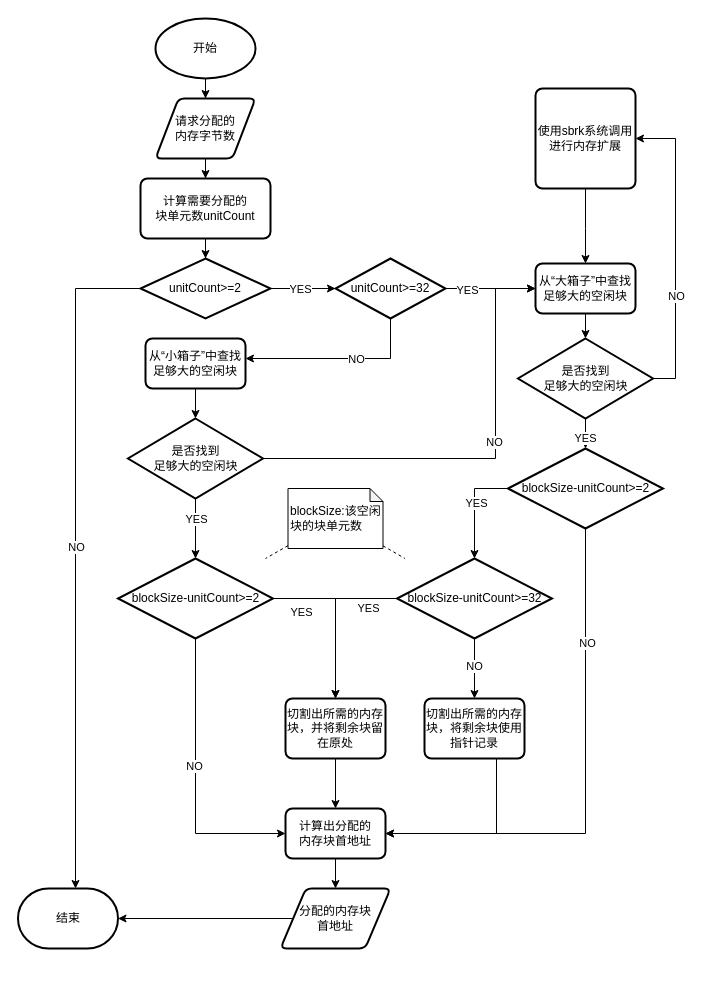
Earlier version of the draw.io diagram page "第 1 页" (1 of 3) of myumalloc_FD.drawio (yayaer123/drawio_demo). Source tidied: cells renumbered, new cells numbered last; positions are measured from the earlier drawing's top-left corner, leaving out a move shared by most shapes. Both pictures are drawn from the tidied source at 100%, with x=0, y=0 at pixel (17, 18).
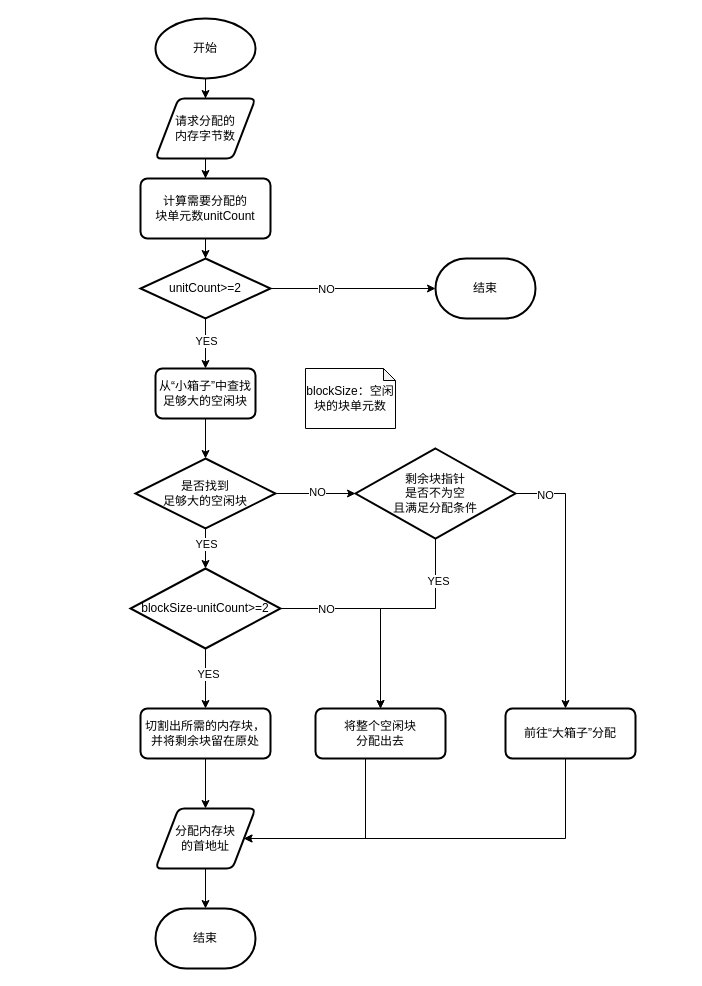
Above is the later version.

The change refers to these unchanged cells:
```xml
<mxCell id="6" value="unitCount&amp;gt;=2" style="strokeWidth=2;html=1;shape=mxgraph.flowchart.decision;whiteSpace=wrap;" parent="1" vertex="1">
  <mxGeometry x="123" y="240" width="130" height="60" as="geometry" />
</mxCell>
```

What changed in the source:
```diff
@@
-    <mxCell id="2" style="edgeStyle=orthogonalEdgeStyle;rounded=0;jettySize=auto;html=1;" parent="1" edge="1" source="6" target="19">
-      <mxGeometry relative="1" as="geometry" />
-    </mxCell>
-    <mxCell id="3" value="YES" style="edgeLabel;html=1;align=center;verticalAlign=middle;" parent="2" vertex="1">
-      <mxGeometry x="-0.12" relative="1" as="geometry" />
-    </mxCell>
-    <mxCell id="4" style="edgeStyle=orthogonalEdgeStyle;rounded=0;jettySize=auto;html=1;" parent="1" edge="1" source="6" target="60">
-      <mxGeometry relative="1" as="geometry">
-        <Array as="points">
-          <mxPoint x="58" y="270" />
-        </Array>
-      </mxGeometry>
-    </mxCell>
-    <mxCell id="5" value="NO" style="edgeLabel;html=1;align=center;verticalAlign=middle;" parent="4" vertex="1">
-      <mxGeometry x="-0.03" relative="1" as="geometry" />
-    </mxCell>
+    <mxCell id="61" style="edgeStyle=orthogonalEdgeStyle;rounded=0;jettySize=auto;html=1;" parent="1" edge="1" source="6" target="65">
+      <mxGeometry relative="1" as="geometry" />
+    </mxCell>
+    <mxCell id="62" value="NO" style="edgeLabel;html=1;align=center;verticalAlign=middle;" parent="61" vertex="1">
+      <mxGeometry x="-0.58" y="-4" relative="1" as="geometry">
+        <mxPoint x="20" y="-4" as="offset" />
+      </mxGeometry>
+    </mxCell>
+    <mxCell id="63" style="edgeStyle=orthogonalEdgeStyle;rounded=0;jettySize=auto;html=1;" parent="1" edge="1" source="6" target="59">
+      <mxGeometry relative="1" as="geometry" />
+    </mxCell>
+    <mxCell id="64" value="YES" style="edgeLabel;html=1;align=center;verticalAlign=middle;" parent="63" vertex="1">
+      <mxGeometry x="-0.14" relative="1" as="geometry" />
+    </mxCell>
@@
-    <mxCell id="13" style="edgeStyle=orthogonalEdgeStyle;rounded=0;jettySize=auto;html=1;" parent="1" edge="1" source="14" target="60">
-      <mxGeometry relative="1" as="geometry" />
-    </mxCell>
-    <mxCell id="14" value="分配的内存块&lt;div&gt;首地址&lt;/div&gt;" style="shape=parallelogram;html=1;strokeWidth=2;perimeter=parallelogramPerimeter;whiteSpace=wrap;rounded=1;arcSize=12;size=0.23;" parent="1" vertex="1">
-      <mxGeometry x="263" y="870" width="110" height="60" as="geometry" />
-    </mxCell>
-    <mxCell id="15" style="edgeStyle=orthogonalEdgeStyle;rounded=0;jettySize=auto;html=1;" parent="1" edge="1" source="19" target="21">
-      <mxGeometry relative="1" as="geometry" />
-    </mxCell>
-    <mxCell id="16" value="YES" style="edgeLabel;html=1;align=center;verticalAlign=middle;" parent="15" vertex="1">
-      <mxGeometry x="-0.56" y="-1" relative="1" as="geometry">
-        <mxPoint x="1" as="offset" />
-      </mxGeometry>
-    </mxCell>
-    <mxCell id="17" style="edgeStyle=orthogonalEdgeStyle;rounded=0;jettySize=auto;html=1;" parent="1" edge="1" source="19" target="59">
-      <mxGeometry relative="1" as="geometry">
-        <Array as="points">
-          <mxPoint x="373" y="340" />
-        </Array>
-      </mxGeometry>
-    </mxCell>
-    <mxCell id="18" value="NO" style="edgeLabel;html=1;align=center;verticalAlign=middle;" parent="17" vertex="1">
-      <mxGeometry x="-0.2" y="4" relative="1" as="geometry">
-        <mxPoint x="-1" y="-4" as="offset" />
-      </mxGeometry>
-    </mxCell>
-    <mxCell id="19" value="unitCount&amp;gt;=32" style="strokeWidth=2;html=1;shape=mxgraph.flowchart.decision;whiteSpace=wrap;" parent="1" vertex="1">
-      <mxGeometry x="318" y="240" width="110" height="60" as="geometry" />
-    </mxCell>
-    <mxCell id="20" style="edgeStyle=orthogonalEdgeStyle;rounded=0;jettySize=auto;html=1;" parent="1" edge="1" source="21" target="26">
-      <mxGeometry relative="1" as="geometry" />
-    </mxCell>
-    <mxCell id="21" value="从“大箱子”中查找足够大的空闲块" style="rounded=1;whiteSpace=wrap;html=1;absoluteArcSize=1;arcSize=14;strokeWidth=2;" parent="1" vertex="1">
-      <mxGeometry x="518" y="245" width="100" height="50" as="geometry" />
-    </mxCell>
-    <mxCell id="22" style="edgeStyle=orthogonalEdgeStyle;rounded=0;jettySize=auto;html=1;" parent="1" edge="1" source="26" target="28">
-      <mxGeometry relative="1" as="geometry">
-        <Array as="points">
-          <mxPoint x="658" y="360" />
-          <mxPoint x="658" y="120" />
-        </Array>
-      </mxGeometry>
-    </mxCell>
-    <mxCell id="23" value="NO" style="edgeLabel;html=1;align=center;verticalAlign=middle;" parent="22" vertex="1">
-      <mxGeometry x="-0.3" y="1" relative="1" as="geometry">
-        <mxPoint x="1" y="1" as="offset" />
-      </mxGeometry>
-    </mxCell>
-    <mxCell id="24" style="edgeStyle=orthogonalEdgeStyle;rounded=0;jettySize=auto;html=1;" parent="1" edge="1" source="26" target="33">
-      <mxGeometry relative="1" as="geometry" />
-    </mxCell>
-    <mxCell id="25" value="YES" style="edgeLabel;html=1;align=center;verticalAlign=middle;" parent="24" vertex="1">
-      <mxGeometry x="-0.15" y="1" relative="1" as="geometry" />
-    </mxCell>
-    <mxCell id="26" value="是否找到&lt;div&gt;足够大的空闲块&lt;/div&gt;" style="strokeWidth=2;html=1;shape=mxgraph.flowchart.decision;whiteSpace=wrap;" parent="1" vertex="1">
-      <mxGeometry x="500.5" y="320" width="135" height="80" as="geometry" />
-    </mxCell>
-    <mxCell id="27" style="edgeStyle=orthogonalEdgeStyle;rounded=0;jettySize=auto;html=1;" parent="1" edge="1" source="28" target="21">
-      <mxGeometry relative="1" as="geometry">
-        <Array as="points">
-          <mxPoint x="568" y="210" />
-        </Array>
-      </mxGeometry>
-    </mxCell>
-    <mxCell id="28" value="使用sbrk系统调用进行内存扩展" style="rounded=1;whiteSpace=wrap;html=1;absoluteArcSize=1;arcSize=14;strokeWidth=2;" parent="1" vertex="1">
-      <mxGeometry x="518" y="70" width="100" height="100" as="geometry" />
-    </mxCell>
-    <mxCell id="29" style="edgeStyle=orthogonalEdgeStyle;rounded=0;jettySize=auto;html=1;" parent="1" edge="1" source="33" target="55">
-      <mxGeometry relative="1" as="geometry">
-        <Array as="points">
-          <mxPoint x="457" y="470" />
-        </Array>
-      </mxGeometry>
-    </mxCell>
-    <mxCell id="30" value="YES" style="edgeLabel;html=1;align=center;verticalAlign=middle;" parent="29" vertex="1">
-      <mxGeometry x="-0.08" y="1" relative="1" as="geometry" />
-    </mxCell>
-    <mxCell id="31" style="edgeStyle=orthogonalEdgeStyle;rounded=0;jettySize=auto;html=1;" parent="1" edge="1" source="33" target="50">
-      <mxGeometry relative="1" as="geometry">
-        <Array as="points">
-          <mxPoint x="568" y="815" />
-        </Array>
-      </mxGeometry>
-    </mxCell>
-    <mxCell id="32" value="NO" style="edgeLabel;html=1;align=center;verticalAlign=middle;" parent="31" vertex="1">
-      <mxGeometry x="-0.55" y="1" relative="1" as="geometry" />
-    </mxCell>
-    <mxCell id="33" value="blockSize-unitCount&amp;gt;=2" style="strokeWidth=2;html=1;shape=mxgraph.flowchart.decision;whiteSpace=wrap;" parent="1" vertex="1">
-      <mxGeometry x="490.5" y="430" width="155" height="80" as="geometry" />
-    </mxCell>
-    <mxCell id="34" style="rounded=0;jettySize=auto;html=1;dashed=1;endArrow=none;endFill=0;" parent="1" edge="1" source="36" target="55">
-      <mxGeometry relative="1" as="geometry" />
-    </mxCell>
-    <mxCell id="35" style="rounded=0;jettySize=auto;html=1;dashed=1;endArrow=none;endFill=0;" parent="1" edge="1" source="36" target="48">
-      <mxGeometry relative="1" as="geometry" />
-    </mxCell>
-    <mxCell id="36" value="blockSize:该空闲块的块单元数" style="shape=note;whiteSpace=wrap;html=1;backgroundOutline=1;darkOpacity=0.05;size=13;align=left;" parent="1" vertex="1">
-      <mxGeometry x="270.5" y="470" width="95" height="60" as="geometry" />
-    </mxCell>
-    <mxCell id="37" style="edgeStyle=orthogonalEdgeStyle;rounded=0;jettySize=auto;html=1;" parent="1" edge="1" source="38" target="50">
-      <mxGeometry relative="1" as="geometry" />
-    </mxCell>
+    <mxCell id="65" value="结束" style="strokeWidth=2;html=1;shape=mxgraph.flowchart.terminator;whiteSpace=wrap;" parent="1" vertex="1">
+      <mxGeometry x="418" y="240" width="100" height="60" as="geometry" />
+    </mxCell>
+    <mxCell id="66" style="edgeStyle=orthogonalEdgeStyle;rounded=0;jettySize=auto;html=1;" parent="1" edge="1" source="59" target="74">
+      <mxGeometry relative="1" as="geometry" />
+    </mxCell>
+    <mxCell id="59" value="从“小箱子”中查找足够大的空闲块" style="rounded=1;whiteSpace=wrap;html=1;absoluteArcSize=1;arcSize=14;strokeWidth=2;" parent="1" vertex="1">
+      <mxGeometry x="138" y="350" width="100" height="50" as="geometry" />
+    </mxCell>
+    <mxCell id="67" style="edgeStyle=orthogonalEdgeStyle;rounded=0;jettySize=auto;html=1;" parent="1" edge="1" source="69" target="38">
+      <mxGeometry relative="1" as="geometry" />
+    </mxCell>
+    <mxCell id="68" value="YES" style="edgeLabel;html=1;align=center;verticalAlign=middle;" parent="67" vertex="1">
+      <mxGeometry x="-0.17" y="2" relative="1" as="geometry" />
+    </mxCell>
+    <mxCell id="69" value="blockSize-unitCount&amp;gt;=2" style="strokeWidth=2;html=1;shape=mxgraph.flowchart.decision;whiteSpace=wrap;" parent="1" vertex="1">
+      <mxGeometry x="113" y="550" width="150" height="80" as="geometry" />
+    </mxCell>
+    <mxCell id="70" style="edgeStyle=orthogonalEdgeStyle;rounded=0;jettySize=auto;html=1;" parent="1" edge="1" source="74" target="69">
+      <mxGeometry relative="1" as="geometry" />
+    </mxCell>
+    <mxCell id="71" value="YES" style="edgeLabel;html=1;align=center;verticalAlign=middle;" parent="70" vertex="1">
+      <mxGeometry x="-0.36" y="-3" relative="1" as="geometry">
+        <mxPoint x="3" y="2" as="offset" />
+      </mxGeometry>
+    </mxCell>
+    <mxCell id="72" style="edgeStyle=orthogonalEdgeStyle;rounded=0;jettySize=auto;html=1;" parent="1" edge="1" source="74" target="79">
+      <mxGeometry relative="1" as="geometry" />
+    </mxCell>
+    <mxCell id="73" value="NO" style="edgeLabel;html=1;align=center;verticalAlign=middle;" parent="72" vertex="1">
+      <mxGeometry x="0.02" y="2" relative="1" as="geometry" />
+    </mxCell>
+    <mxCell id="74" value="是否找到&lt;div&gt;足够大的空闲块&lt;/div&gt;" style="strokeWidth=2;html=1;shape=mxgraph.flowchart.decision;whiteSpace=wrap;" parent="1" vertex="1">
+      <mxGeometry x="118" y="440" width="140" height="70" as="geometry" />
+    </mxCell>
+    <mxCell id="75" style="edgeStyle=orthogonalEdgeStyle;rounded=0;jettySize=auto;html=1;" parent="1" edge="1" source="79" target="84">
+      <mxGeometry relative="1" as="geometry">
+        <Array as="points">
+          <mxPoint x="418" y="590" />
+          <mxPoint x="363" y="590" />
+        </Array>
+      </mxGeometry>
+    </mxCell>
+    <mxCell id="76" value="YES" style="edgeLabel;html=1;align=center;verticalAlign=middle;" parent="75" vertex="1">
+      <mxGeometry x="-0.63" y="2" relative="1" as="geometry" />
+    </mxCell>
+    <mxCell id="77" style="edgeStyle=orthogonalEdgeStyle;rounded=0;jettySize=auto;html=1;" parent="1" edge="1" source="79" target="89">
+      <mxGeometry relative="1" as="geometry">
+        <Array as="points">
+          <mxPoint x="548" y="475" />
+        </Array>
+      </mxGeometry>
+    </mxCell>
+    <mxCell id="78" value="NO" style="edgeLabel;html=1;align=center;verticalAlign=middle;" parent="77" vertex="1">
+      <mxGeometry x="-0.78" y="-1" relative="1" as="geometry" />
+    </mxCell>
+    <mxCell id="79" value="剩余块指针&lt;div&gt;是否不为空&lt;/div&gt;&lt;div&gt;且满足分配条件&lt;/div&gt;" style="strokeWidth=2;html=1;shape=mxgraph.flowchart.decision;whiteSpace=wrap;" parent="1" vertex="1">
+      <mxGeometry x="338" y="430" width="160" height="90" as="geometry" />
+    </mxCell>
+    <mxCell id="80" style="edgeStyle=orthogonalEdgeStyle;rounded=0;jettySize=auto;html=1;" parent="1" edge="1" source="38" target="86">
+      <mxGeometry relative="1" as="geometry" />
+    </mxCell>
     <mxCell id="38" value="切割出所需的内存块，并将剩余块留在原处" style="rounded=1;whiteSpace=wrap;html=1;absoluteArcSize=1;arcSize=14;strokeWidth=2;" parent="1" vertex="1">
-      <mxGeometry x="268" y="680" width="100" height="60" as="geometry" />
+      <mxGeometry x="123" y="690" width="130" height="50" as="geometry" />
     </mxCell>
-    <mxCell id="39" style="edgeStyle=orthogonalEdgeStyle;rounded=0;jettySize=auto;html=1;" parent="1" edge="1" source="43" target="48">
-      <mxGeometry relative="1" as="geometry" />
-    </mxCell>
-    <mxCell id="40" value="YES" style="edgeLabel;html=1;align=center;verticalAlign=middle;" parent="39" vertex="1">
-      <mxGeometry x="-0.3" y="4" relative="1" as="geometry">
-        <mxPoint x="-4" y="-1" as="offset" />
-      </mxGeometry>
-    </mxCell>
-    <mxCell id="41" style="edgeStyle=orthogonalEdgeStyle;rounded=0;jettySize=auto;html=1;" parent="1" edge="1" source="43" target="21">
-      <mxGeometry relative="1" as="geometry">
-        <Array as="points">
-          <mxPoint x="478" y="440" />
-          <mxPoint x="478" y="270" />
-        </Array>
-      </mxGeometry>
-    </mxCell>
-    <mxCell id="42" value="NO" style="edgeLabel;html=1;align=center;verticalAlign=middle;" parent="41" vertex="1">
-      <mxGeometry x="0.12" y="2" relative="1" as="geometry">
-        <mxPoint y="-1" as="offset" />
-      </mxGeometry>
-    </mxCell>
-    <mxCell id="43" value="是否找到&lt;div&gt;足够大的空闲块&lt;/div&gt;" style="strokeWidth=2;html=1;shape=mxgraph.flowchart.decision;whiteSpace=wrap;" parent="1" vertex="1">
-      <mxGeometry x="110.5" y="400" width="135" height="80" as="geometry" />
-    </mxCell>
-    <mxCell id="44" style="edgeStyle=orthogonalEdgeStyle;rounded=0;jettySize=auto;html=1;" parent="1" edge="1" source="48" target="38">
-      <mxGeometry relative="1" as="geometry">
-        <Array as="points">
-          <mxPoint x="318" y="580" />
-        </Array>
-      </mxGeometry>
-    </mxCell>
-    <mxCell id="45" value="YES" style="edgeLabel;html=1;align=center;verticalAlign=middle;" parent="44" vertex="1">
-      <mxGeometry x="-0.04" y="2" relative="1" as="geometry">
-        <mxPoint x="-37" y="-2" as="offset" />
-      </mxGeometry>
-    </mxCell>
-    <mxCell id="46" style="edgeStyle=orthogonalEdgeStyle;rounded=0;jettySize=auto;html=1;" parent="1" edge="1" source="48" target="50">
-      <mxGeometry relative="1" as="geometry">
-        <Array as="points">
-          <mxPoint x="178" y="815" />
-        </Array>
-      </mxGeometry>
-    </mxCell>
-    <mxCell id="47" value="NO" style="edgeLabel;html=1;align=center;verticalAlign=middle;" parent="46" vertex="1">
-      <mxGeometry x="-0.11" y="-2" relative="1" as="geometry" />
-    </mxCell>
-    <mxCell id="48" value="blockSize-unitCount&amp;gt;=2" style="strokeWidth=2;html=1;shape=mxgraph.flowchart.decision;whiteSpace=wrap;" parent="1" vertex="1">
-      <mxGeometry x="100.5" y="540" width="155" height="80" as="geometry" />
-    </mxCell>
-    <mxCell id="49" style="edgeStyle=orthogonalEdgeStyle;rounded=0;jettySize=auto;html=1;" parent="1" edge="1" source="50" target="14">
-      <mxGeometry relative="1" as="geometry" />
-    </mxCell>
-    <mxCell id="50" value="计算出分配的&lt;div&gt;&lt;span style=&quot;background-color: initial;&quot;&gt;内存块&lt;/span&gt;&lt;span style=&quot;background-color: initial;&quot;&gt;首地址&lt;/span&gt;&lt;/div&gt;" style="rounded=1;whiteSpace=wrap;html=1;absoluteArcSize=1;arcSize=14;strokeWidth=2;" parent="1" vertex="1">
-      <mxGeometry x="268" y="790" width="100" height="50" as="geometry" />
-    </mxCell>
-    <mxCell id="51" style="edgeStyle=orthogonalEdgeStyle;rounded=0;jettySize=auto;html=1;" parent="1" edge="1" source="55" target="57">
-      <mxGeometry relative="1" as="geometry" />
-    </mxCell>
-    <mxCell id="52" value="NO" style="edgeLabel;html=1;align=center;verticalAlign=middle;" parent="51" vertex="1">
-      <mxGeometry x="-0.1" y="-1" relative="1" as="geometry" />
-    </mxCell>
-    <mxCell id="53" style="edgeStyle=orthogonalEdgeStyle;rounded=0;jettySize=auto;html=1;" parent="1" edge="1" source="55" target="38">
-      <mxGeometry relative="1" as="geometry">
-        <Array as="points">
-          <mxPoint x="318" y="580" />
-        </Array>
-      </mxGeometry>
-    </mxCell>
-    <mxCell id="54" value="YES" style="edgeLabel;html=1;align=center;verticalAlign=middle;" parent="53" vertex="1">
-      <mxGeometry x="-0.11" y="1" relative="1" as="geometry">
-        <mxPoint x="31" y="-1" as="offset" />
-      </mxGeometry>
-    </mxCell>
-    <mxCell id="55" value="blockSize-unitCount&amp;gt;=32" style="strokeWidth=2;html=1;shape=mxgraph.flowchart.decision;whiteSpace=wrap;" parent="1" vertex="1">
-      <mxGeometry x="379.5" y="540" width="155" height="80" as="geometry" />
-    </mxCell>
-    <mxCell id="56" style="edgeStyle=orthogonalEdgeStyle;rounded=0;jettySize=auto;html=1;" parent="1" edge="1" source="57" target="50">
-      <mxGeometry relative="1" as="geometry">
-        <Array as="points">
-          <mxPoint x="479" y="815" />
-        </Array>
-      </mxGeometry>
-    </mxCell>
-    <mxCell id="57" value="切割出所需的内存块，将剩余块使用指针记录" style="rounded=1;whiteSpace=wrap;html=1;absoluteArcSize=1;arcSize=14;strokeWidth=2;" parent="1" vertex="1">
-      <mxGeometry x="407" y="680" width="100" height="60" as="geometry" />
-    </mxCell>
-    <mxCell id="58" style="edgeStyle=orthogonalEdgeStyle;rounded=0;jettySize=auto;html=1;" parent="1" edge="1" source="59" target="43">
-      <mxGeometry relative="1" as="geometry" />
-    </mxCell>
-    <mxCell id="59" value="从“小箱子”中查找足够大的空闲块" style="rounded=1;whiteSpace=wrap;html=1;absoluteArcSize=1;arcSize=14;strokeWidth=2;" parent="1" vertex="1">
-      <mxGeometry x="128" y="320" width="100" height="50" as="geometry" />
-    </mxCell>
-    <mxCell id="60" value="结束" style="strokeWidth=2;html=1;shape=mxgraph.flowchart.terminator;whiteSpace=wrap;" parent="1" vertex="1">
-      <mxGeometry x="0.5" y="870" width="100" height="60" as="geometry" />
-    </mxCell>
+    <mxCell id="81" style="edgeStyle=orthogonalEdgeStyle;rounded=0;jettySize=auto;html=1;" parent="1" edge="1" source="69" target="84">
+      <mxGeometry relative="1" as="geometry" />
+    </mxCell>
+    <mxCell id="82" value="NO" style="edgeLabel;html=1;align=center;verticalAlign=middle;" parent="81" vertex="1">
+      <mxGeometry x="-0.71" y="1" relative="1" as="geometry">
+        <mxPoint x="16" y="1" as="offset" />
+      </mxGeometry>
+    </mxCell>
+    <mxCell id="83" style="edgeStyle=orthogonalEdgeStyle;rounded=0;jettySize=auto;html=1;" parent="1" edge="1" source="84" target="86">
+      <mxGeometry relative="1" as="geometry">
+        <Array as="points">
+          <mxPoint x="348" y="820" />
+        </Array>
+      </mxGeometry>
+    </mxCell>
+    <mxCell id="84" value="将整个空闲块&lt;div&gt;分配出去&lt;/div&gt;" style="rounded=1;whiteSpace=wrap;html=1;absoluteArcSize=1;arcSize=14;strokeWidth=2;" parent="1" vertex="1">
+      <mxGeometry x="298" y="690" width="130" height="50" as="geometry" />
+    </mxCell>
+    <mxCell id="85" style="edgeStyle=orthogonalEdgeStyle;rounded=0;jettySize=auto;html=1;" parent="1" edge="1" source="86" target="87">
+      <mxGeometry relative="1" as="geometry" />
+    </mxCell>
+    <mxCell id="86" value="分配内存块&lt;div&gt;的&lt;span style=&quot;background-color: initial;&quot;&gt;首地址&lt;/span&gt;&lt;/div&gt;" style="shape=parallelogram;html=1;strokeWidth=2;perimeter=parallelogramPerimeter;whiteSpace=wrap;rounded=1;arcSize=12;size=0.23;" parent="1" vertex="1">
+      <mxGeometry x="138" y="790" width="100" height="60" as="geometry" />
+    </mxCell>
+    <mxCell id="87" value="结束" style="strokeWidth=2;html=1;shape=mxgraph.flowchart.terminator;whiteSpace=wrap;" parent="1" vertex="1">
+      <mxGeometry x="138" y="890" width="100" height="60" as="geometry" />
+    </mxCell>
+    <mxCell id="88" style="edgeStyle=orthogonalEdgeStyle;rounded=0;jettySize=auto;html=1;" parent="1" edge="1" source="89" target="86">
+      <mxGeometry relative="1" as="geometry">
+        <Array as="points">
+          <mxPoint x="548" y="820" />
+        </Array>
+      </mxGeometry>
+    </mxCell>
+    <mxCell id="89" value="前往“大箱子”分配" style="rounded=1;whiteSpace=wrap;html=1;absoluteArcSize=1;arcSize=14;strokeWidth=2;" parent="1" vertex="1">
+      <mxGeometry x="488" y="690" width="130" height="50" as="geometry" />
+    </mxCell>
+    <mxCell id="90" value="blockSize：空闲块的块单元数" style="shape=note;whiteSpace=wrap;html=1;backgroundOutline=1;darkOpacity=0.05;size=12;" parent="1" vertex="1">
+      <mxGeometry x="288" y="350" width="90" height="60" as="geometry" />
+    </mxCell>
```
